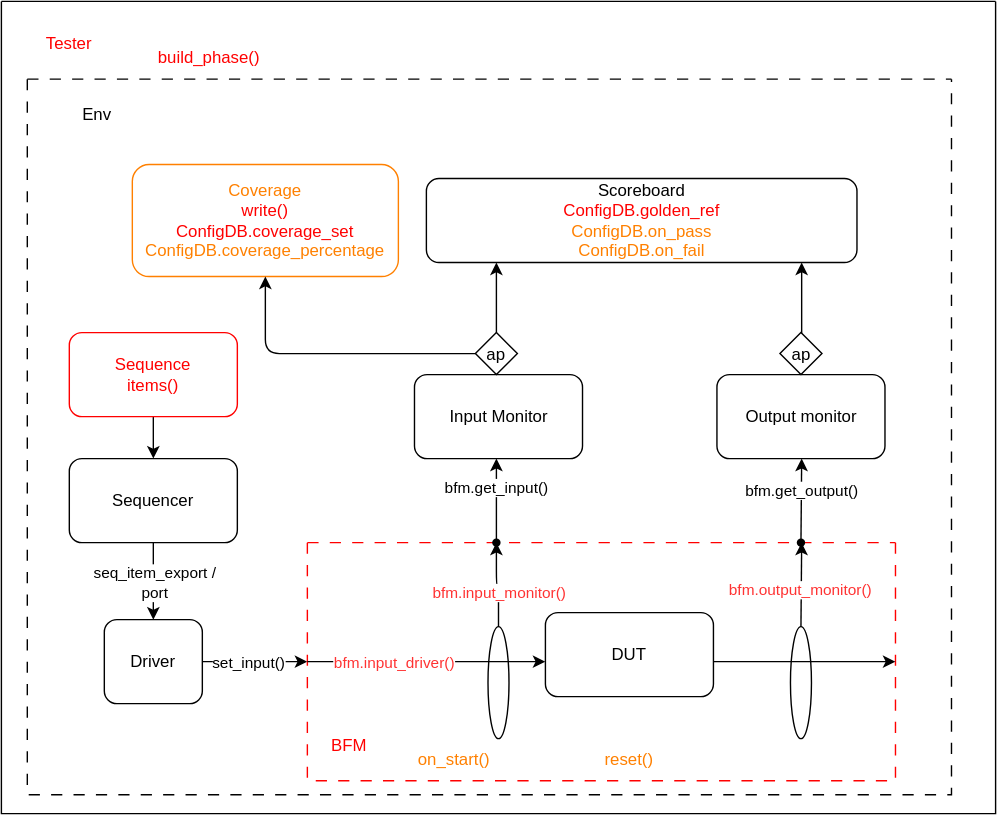
The draw.io diagram doc/uvm_env.drawio.svg in ncotti/cotti-uvm, before a commit. Source tidied: cells renumbered, new cells last; positions are measured from the earlier drawing's top-left corner, leaving out a move shared by most shapes. The source it was exported from:
```xml
<mxGraphModel>
  <root>
    <mxCell id="0" />
    <mxCell id="1" parent="0" />
    <mxCell id="2" style="swimlane;startSize=0;" parent="1" vertex="1">
      <mxGeometry x="-0.5" y="0.5" width="710" height="580" as="geometry" />
    </mxCell>
    <mxCell id="3" style="swimlane;startSize=0;dashed=1;dashPattern=8 8;" parent="2" vertex="1">
      <mxGeometry x="18.5" y="55.5" width="660" height="511" as="geometry" />
    </mxCell>
    <mxCell id="4" style="edgeStyle=elbowEdgeStyle;shape=connector;rounded=1;html=1;strokeColor=default;align=center;verticalAlign=middle;fontFamily=Helvetica;fontSize=11;fontColor=default;labelBackgroundColor=default;endArrow=classic;elbow=horizontal;" parent="3" edge="1" source="6" target="10">
      <mxGeometry relative="1" as="geometry" />
    </mxCell>
    <mxCell id="5" value="set_input()" style="edgeLabel;html=1;align=center;verticalAlign=middle;inheritText=1;" parent="4" vertex="1">
      <mxGeometry x="0.19" y="-1" relative="1" as="geometry">
        <mxPoint x="-13" y="-1" as="offset" />
      </mxGeometry>
    </mxCell>
    <mxCell id="6" value="Driver" style="rounded=1;whiteSpace=wrap;html=1;roundedPerimeter=1;" parent="3" vertex="1">
      <mxGeometry x="55" y="386" width="70" height="60" as="geometry" />
    </mxCell>
    <mxCell id="7" style="edgeStyle=elbowEdgeStyle;shape=connector;rounded=1;html=1;strokeColor=default;align=center;verticalAlign=middle;fontFamily=Helvetica;fontSize=11;fontColor=default;labelBackgroundColor=default;endArrow=classic;" parent="3" edge="1" source="22" target="33">
      <mxGeometry relative="1" as="geometry" />
    </mxCell>
    <mxCell id="8" style="edgeStyle=elbowEdgeStyle;shape=connector;rounded=1;html=1;strokeColor=default;align=center;verticalAlign=middle;fontFamily=Helvetica;fontSize=11;fontColor=default;labelBackgroundColor=default;endArrow=classic;" parent="3" edge="1" source="18" target="30">
      <mxGeometry relative="1" as="geometry" />
    </mxCell>
    <mxCell id="9" value="bfm.get_input()" style="edgeLabel;html=1;align=center;verticalAlign=middle;inheritText=1;" parent="8" vertex="1">
      <mxGeometry x="0.3" relative="1" as="geometry" />
    </mxCell>
    <mxCell id="10" style="swimlane;startSize=0;dashed=1;dashPattern=8 8;strokeColor=#FF0000;" parent="3" vertex="1">
      <mxGeometry x="200" y="331" width="420" height="170" as="geometry" />
    </mxCell>
    <mxCell id="11" style="edgeStyle=elbowEdgeStyle;shape=connector;rounded=1;html=1;strokeColor=default;align=center;verticalAlign=middle;fontFamily=Helvetica;fontSize=11;fontColor=default;labelBackgroundColor=default;endArrow=classic;entryX=1;entryY=0.5;entryDx=0;entryDy=0;elbow=vertical;" parent="10" edge="1" source="12" target="10">
      <mxGeometry relative="1" as="geometry" />
    </mxCell>
    <mxCell id="12" value="DUT" style="rounded=1;whiteSpace=wrap;html=1;roundedPerimeter=1;" parent="10" vertex="1">
      <mxGeometry x="170" y="50" width="120" height="60" as="geometry" />
    </mxCell>
    <mxCell id="13" value="BFM" style="text;html=1;whiteSpace=wrap;strokeColor=none;fillColor=none;align=center;verticalAlign=middle;rounded=0;fontColor=#FF0000;" parent="10" vertex="1">
      <mxGeometry y="130" width="60" height="30" as="geometry" />
    </mxCell>
    <mxCell id="14" style="edgeStyle=elbowEdgeStyle;shape=connector;rounded=1;html=1;strokeColor=default;align=center;verticalAlign=middle;fontFamily=Helvetica;fontSize=11;fontColor=default;labelBackgroundColor=default;endArrow=classic;elbow=vertical;exitX=0;exitY=0.5;exitDx=0;exitDy=0;endFill=1;" parent="10" edge="1" source="10" target="12">
      <mxGeometry x="0.01" relative="1" as="geometry" />
    </mxCell>
    <mxCell id="15" value="bfm.input_driver()" style="edgeLabel;html=1;align=center;verticalAlign=middle;inheritText=fontFamily,fontSize,fontStyle,textOpacity,labelBorderColor,labelBorderWidth,labelBackgroundColor,defaultLabelBackgroundColor,labelPadding;fontColor=#FF3333;" parent="14" vertex="1">
      <mxGeometry x="-0.54" y="-1" relative="1" as="geometry">
        <mxPoint x="23" y="-1" as="offset" />
      </mxGeometry>
    </mxCell>
    <mxCell id="16" style="ellipse;whiteSpace=wrap;html=1;shapeInside=1;fillColor=none;" parent="10" vertex="1">
      <mxGeometry x="129" y="60" width="15" height="80" as="geometry" />
    </mxCell>
    <mxCell id="17" style="ellipse;whiteSpace=wrap;html=1;shapeInside=1;fillColor=none;" parent="10" vertex="1">
      <mxGeometry x="345" y="60" width="15" height="80" as="geometry" />
    </mxCell>
    <mxCell id="18" style="shape=waypoint;sketch=0;fillStyle=solid;size=6;points=[];fillColor=none;perimeter=centerPerimeter;snapToPoint=1;" parent="10" vertex="1">
      <mxGeometry x="125" y="-10" width="20" height="20" as="geometry" />
    </mxCell>
    <mxCell id="19" style="edgeStyle=elbowEdgeStyle;shape=connector;rounded=1;html=1;strokeColor=default;align=center;verticalAlign=middle;fontFamily=Helvetica;fontSize=11;fontColor=default;labelBackgroundColor=default;endArrow=classic;" parent="10" edge="1" source="10" target="18">
      <mxGeometry relative="1" as="geometry" />
    </mxCell>
    <mxCell id="20" style="edgeStyle=elbowEdgeStyle;shape=connector;rounded=1;html=1;strokeColor=default;align=center;verticalAlign=middle;fontFamily=Helvetica;fontSize=11;fontColor=default;labelBackgroundColor=default;endArrow=classic;elbow=vertical;" parent="10" edge="1" source="16" target="18">
      <mxGeometry relative="1" as="geometry" />
    </mxCell>
    <mxCell id="21" value="bfm.input_monitor()" style="edgeLabel;html=1;align=center;verticalAlign=middle;inheritText=fontFamily,fontSize,fontStyle,textOpacity,labelBorderColor,labelBorderWidth,labelBackgroundColor,defaultLabelBackgroundColor,labelPadding;fontColor=#FF3333;" parent="20" vertex="1">
      <mxGeometry x="-0.18" relative="1" as="geometry" />
    </mxCell>
    <mxCell id="22" style="shape=waypoint;sketch=0;fillStyle=solid;size=6;points=[];fillColor=none;perimeter=centerPerimeter;snapToPoint=1;" parent="10" vertex="1">
      <mxGeometry x="342.5" y="-10" width="20" height="20" as="geometry" />
    </mxCell>
    <mxCell id="23" style="edgeStyle=elbowEdgeStyle;shape=connector;rounded=1;html=1;strokeColor=default;align=center;verticalAlign=middle;fontFamily=Helvetica;fontSize=11;fontColor=default;labelBackgroundColor=default;endArrow=classic;" parent="10" edge="1" source="10" target="22">
      <mxGeometry relative="1" as="geometry" />
    </mxCell>
    <mxCell id="24" value="bfm.get_output()" style="edgeLabel;html=1;align=center;verticalAlign=middle;inheritText=1;" parent="23" vertex="1">
      <mxGeometry x="-0.16" y="1" relative="1" as="geometry">
        <mxPoint y="-39" as="offset" />
      </mxGeometry>
    </mxCell>
    <mxCell id="25" style="edgeStyle=elbowEdgeStyle;shape=connector;rounded=1;html=1;strokeColor=default;align=center;verticalAlign=middle;fontFamily=Helvetica;fontSize=11;fontColor=default;labelBackgroundColor=default;endArrow=classic;" parent="10" edge="1" source="17" target="22">
      <mxGeometry relative="1" as="geometry" />
    </mxCell>
    <mxCell id="26" value="bfm.output_monitor()" style="edgeLabel;html=1;align=center;verticalAlign=middle;inheritText=fontFamily,fontSize,fontStyle,textOpacity,labelBorderColor,labelBorderWidth,labelBackgroundColor,defaultLabelBackgroundColor,labelPadding;fontColor=#FF3333;" parent="25" vertex="1">
      <mxGeometry x="-0.14" y="1" relative="1" as="geometry" />
    </mxCell>
    <mxCell id="27" value="on_start()" style="text;html=1;whiteSpace=wrap;strokeColor=none;fillColor=none;align=center;verticalAlign=middle;rounded=0;fontColor=#FF8000;" parent="10" vertex="1">
      <mxGeometry x="75" y="140" width="60" height="30" as="geometry" />
    </mxCell>
    <mxCell id="28" value="reset()" style="text;html=1;whiteSpace=wrap;strokeColor=none;fillColor=none;align=center;verticalAlign=middle;rounded=0;fontColor=#FF8000;" parent="10" vertex="1">
      <mxGeometry x="200" y="140" width="60" height="30" as="geometry" />
    </mxCell>
    <mxCell id="29" style="group;" parent="3" vertex="1">
      <mxGeometry x="276.5" y="181" width="120" height="90" as="geometry" />
    </mxCell>
    <mxCell id="30" value="Input Monitor" style="rounded=1;whiteSpace=wrap;html=1;roundedPerimeter=1;" parent="29" vertex="1">
      <mxGeometry y="30" width="120" height="60" as="geometry" />
    </mxCell>
    <mxCell id="31" value="ap" style="rhombus;whiteSpace=wrap;html=1;shapeInside=1;" parent="29" vertex="1">
      <mxGeometry x="43.5" width="30" height="30" as="geometry" />
    </mxCell>
    <mxCell id="32" style="group;" parent="3" vertex="1">
      <mxGeometry x="492.5" y="181" width="120" height="90" as="geometry" />
    </mxCell>
    <mxCell id="33" value="Output monitor" style="rounded=1;whiteSpace=wrap;html=1;roundedPerimeter=1;" parent="32" vertex="1">
      <mxGeometry y="30" width="120" height="60" as="geometry" />
    </mxCell>
    <mxCell id="34" value="ap" style="rhombus;whiteSpace=wrap;html=1;shapeInside=1;" parent="32" vertex="1">
      <mxGeometry x="45" width="30" height="30" as="geometry" />
    </mxCell>
    <mxCell id="35" style="edgeStyle=elbowEdgeStyle;shape=connector;rounded=1;html=1;strokeColor=default;align=center;verticalAlign=middle;fontFamily=Helvetica;fontSize=11;fontColor=default;labelBackgroundColor=default;endArrow=classic;" parent="3" edge="1" source="31" target="37">
      <mxGeometry relative="1" as="geometry" />
    </mxCell>
    <mxCell id="36" style="edgeStyle=elbowEdgeStyle;shape=connector;rounded=1;html=1;strokeColor=default;align=center;verticalAlign=middle;fontFamily=Helvetica;fontSize=11;fontColor=default;labelBackgroundColor=default;endArrow=classic;" parent="3" edge="1" source="34" target="37">
      <mxGeometry x="-0.01" relative="1" as="geometry" />
    </mxCell>
    <mxCell id="37" value="Scoreboard&lt;div&gt;&lt;font style=&quot;color: rgb(255, 0, 0);&quot;&gt;ConfigDB.golden_ref&lt;br&gt;&lt;/font&gt;&lt;div&gt;&lt;span style=&quot;color: rgb(255, 128, 0);&quot;&gt;ConfigDB.on_pass&lt;/span&gt;&lt;/div&gt;&lt;div&gt;&lt;span style=&quot;color: rgb(255, 128, 0);&quot;&gt;ConfigDB.on_fail&lt;/span&gt;&lt;/div&gt;&lt;/div&gt;" style="rounded=1;whiteSpace=wrap;html=1;roundedPerimeter=1;" parent="3" vertex="1">
      <mxGeometry x="285" y="71" width="307.5" height="60" as="geometry" />
    </mxCell>
    <mxCell id="38" value="Coverage&lt;div&gt;&lt;span style=&quot;color: rgb(255, 0, 0);&quot;&gt;write()&lt;/span&gt;&lt;br&gt;&lt;div&gt;&lt;span style=&quot;color: rgb(255, 0, 0);&quot;&gt;ConfigDB.coverage_set&lt;/span&gt;&lt;/div&gt;&lt;div&gt;&lt;font color=&quot;#ff8000&quot;&gt;ConfigDB.coverage_percentage&lt;/font&gt;&lt;/div&gt;&lt;/div&gt;" style="rounded=1;whiteSpace=wrap;html=1;roundedPerimeter=1;strokeColor=#FF8000;fontColor=#FF8000;" parent="3" vertex="1">
      <mxGeometry x="75" y="61" width="190" height="80" as="geometry" />
    </mxCell>
    <mxCell id="39" style="edgeStyle=orthogonalEdgeStyle;shape=connector;rounded=1;html=1;strokeColor=default;align=center;verticalAlign=middle;fontFamily=Helvetica;fontSize=11;fontColor=default;labelBackgroundColor=default;endArrow=classic;" parent="3" edge="1" source="31" target="38">
      <mxGeometry relative="1" as="geometry" />
    </mxCell>
    <mxCell id="40" style="edgeStyle=elbowEdgeStyle;shape=connector;rounded=1;html=1;strokeColor=default;align=center;verticalAlign=middle;fontFamily=Helvetica;fontSize=11;fontColor=default;labelBackgroundColor=default;endArrow=classic;" parent="3" edge="1" source="42" target="6">
      <mxGeometry relative="1" as="geometry" />
    </mxCell>
    <mxCell id="41" value="seq_item_export /&amp;nbsp;&lt;div&gt;port&lt;/div&gt;" style="edgeLabel;html=1;align=center;verticalAlign=middle;inheritText=1;" parent="40" vertex="1">
      <mxGeometry x="-0.28" y="-1" relative="1" as="geometry">
        <mxPoint x="1" y="8" as="offset" />
      </mxGeometry>
    </mxCell>
    <mxCell id="42" value="Sequencer" style="rounded=1;whiteSpace=wrap;html=1;roundedPerimeter=1;" parent="3" vertex="1">
      <mxGeometry x="30" y="271" width="120" height="60" as="geometry" />
    </mxCell>
    <mxCell id="43" style="edgeStyle=elbowEdgeStyle;shape=connector;rounded=1;html=1;strokeColor=default;align=center;verticalAlign=middle;fontFamily=Helvetica;fontSize=11;fontColor=default;labelBackgroundColor=default;endArrow=classic;" parent="3" edge="1" source="44" target="42">
      <mxGeometry x="0.04" relative="1" as="geometry" />
    </mxCell>
    <mxCell id="44" value="&lt;span style=&quot;color: rgb(255, 0, 0);&quot;&gt;Sequence&lt;/span&gt;&lt;div&gt;&lt;span style=&quot;color: rgb(255, 0, 0);&quot;&gt;items()&lt;/span&gt;&lt;/div&gt;" style="rounded=1;whiteSpace=wrap;html=1;roundedPerimeter=1;strokeColor=#FF0000;" parent="3" vertex="1">
      <mxGeometry x="30" y="181" width="120" height="60" as="geometry" />
    </mxCell>
    <mxCell id="45" value="Env" style="text;html=1;whiteSpace=wrap;strokeColor=none;fillColor=none;align=center;verticalAlign=middle;rounded=0;" parent="3" vertex="1">
      <mxGeometry x="20" y="11" width="60" height="30" as="geometry" />
    </mxCell>
    <mxCell id="46" value="Tester" style="text;html=1;whiteSpace=wrap;strokeColor=none;fillColor=none;align=center;verticalAlign=middle;rounded=0;fontColor=#FF0000;" parent="2" vertex="1">
      <mxGeometry x="18.5" y="15.5" width="60" height="30" as="geometry" />
    </mxCell>
    <mxCell id="47" value="build_phase()" style="text;html=1;whiteSpace=wrap;strokeColor=none;fillColor=none;align=center;verticalAlign=middle;rounded=0;fontColor=#FF0000;" parent="2" vertex="1">
      <mxGeometry x="118.5" y="25.5" width="60" height="30" as="geometry" />
    </mxCell>
  </root>
</mxGraphModel>
```
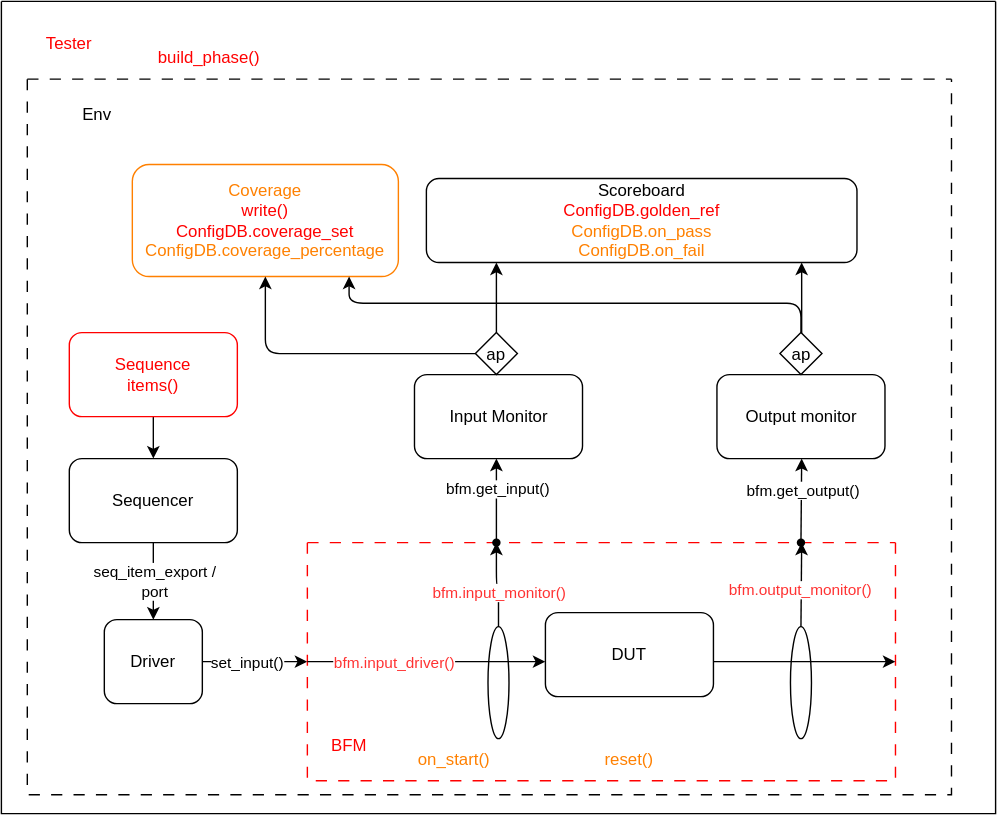
Later version of the same file.

Change to the diagram source:
```diff
@@ -142,6 +142,14 @@
     <mxCell id="45" value="Env" style="text;html=1;whiteSpace=wrap;strokeColor=none;fillColor=none;align=center;verticalAlign=middle;rounded=0;" parent="3" vertex="1">
       <mxGeometry x="20" y="11" width="60" height="30" as="geometry" />
     </mxCell>
+    <mxCell id="48" style="edgeStyle=orthogonalEdgeStyle;shape=connector;rounded=1;html=1;entryX=0.794;entryY=0.967;entryDx=0;entryDy=0;strokeColor=default;align=center;verticalAlign=middle;fontFamily=Helvetica;fontSize=11;fontColor=default;labelBackgroundColor=default;endArrow=classic;" parent="3" edge="1" source="34" target="38">
+      <mxGeometry relative="1" as="geometry">
+        <Array as="points">
+          <mxPoint x="552.5" y="160" />
+          <mxPoint x="229.8" y="160" />
+        </Array>
+      </mxGeometry>
+    </mxCell>
     <mxCell id="46" value="Tester" style="text;html=1;whiteSpace=wrap;strokeColor=none;fillColor=none;align=center;verticalAlign=middle;rounded=0;fontColor=#FF0000;" parent="2" vertex="1">
       <mxGeometry x="18.5" y="15.5" width="60" height="30" as="geometry" />
     </mxCell>
```
